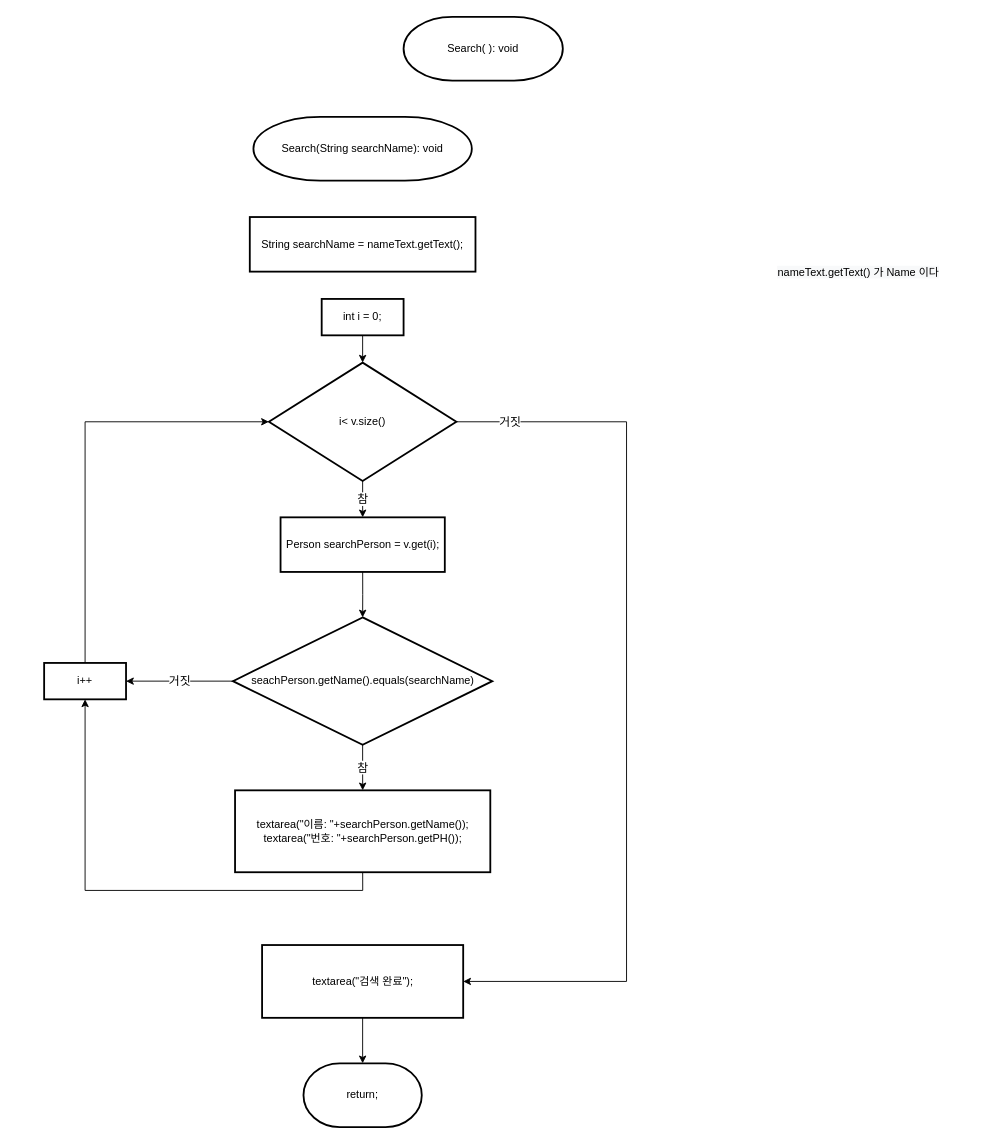
skatld123/PH_list_java keeps this draw.io diagram as 순서도/Search 기능.drawio. Above is the earlier version. Source tidied: cells renumbered, new cells numbered last; positions are measured from the earlier drawing's top-left corner, leaving out a move shared by most shapes. Both pictures are drawn from the tidied source at 91%, with x=0, y=0 at pixel (44, 16).
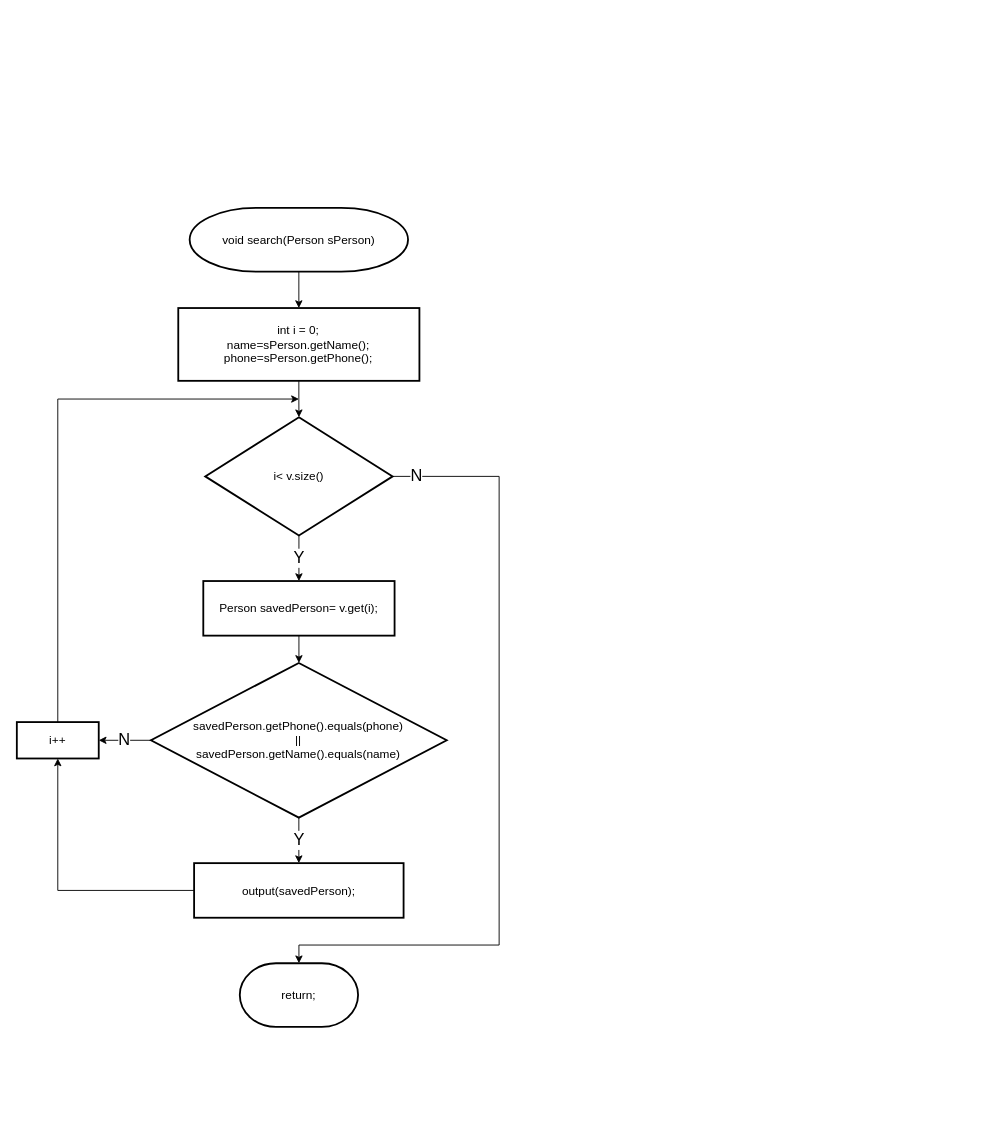
After the change.

Commit message:
Search 기능.drawio 업데이트

Change to the diagram source:
```diff
@@
-    <mxCell id="2" style="edgeStyle=orthogonalEdgeStyle;rounded=0;jettySize=auto;html=1;exitX=0.5;exitY=1;exitDx=0;exitDy=0;entryX=0.5;entryY=1;entryDx=0;entryDy=0;fontSize=13;" parent="1" edge="1" source="3" target="17">
+    <mxCell id="2" style="edgeStyle=orthogonalEdgeStyle;rounded=0;jettySize=auto;html=1;entryX=0.5;entryY=1;entryDx=0;entryDy=0;fontSize=18;" parent="1" edge="1" source="3" target="17">
       <mxGeometry relative="1" as="geometry" />
     </mxCell>
-    <mxCell id="3" value="textarea(&quot;이름: &quot;+searchPerson.getName());&lt;br&gt;textarea(&quot;번호: &quot;+searchPerson.getPH());" style="rounded=1;whiteSpace=wrap;html=1;absoluteArcSize=1;arcSize=0;strokeWidth=2;" parent="1" vertex="1">
-      <mxGeometry x="209.8" y="850" width="280.5" height="90" as="geometry" />
+    <mxCell id="3" value="output(savedPerson);" style="rounded=1;whiteSpace=wrap;html=1;absoluteArcSize=1;arcSize=0;strokeWidth=2;fontSize=13;" parent="1" vertex="1">
+      <mxGeometry x="164.8" y="930" width="230.2" height="60" as="geometry" />
     </mxCell>
-    <mxCell id="4" value="참" style="edgeStyle=orthogonalEdgeStyle;rounded=0;jettySize=auto;html=1;exitX=0.5;exitY=1;exitDx=0;exitDy=0;exitPerimeter=0;entryX=0.5;entryY=0;entryDx=0;entryDy=0;fontSize=13;" parent="1" edge="1" source="6" target="3">
-      <mxGeometry relative="1" as="geometry" />
-    </mxCell>
-    <mxCell id="5" value="거짓" style="edgeStyle=orthogonalEdgeStyle;rounded=0;jettySize=auto;html=1;entryX=1;entryY=0.5;entryDx=0;entryDy=0;fontSize=13;" parent="1" edge="1" source="6" target="17">
-      <mxGeometry relative="1" as="geometry" />
-    </mxCell>
-    <mxCell id="6" value="seachPerson.getName().equals(searchName)" style="strokeWidth=2;html=1;shape=mxgraph.flowchart.decision;whiteSpace=wrap;" parent="1" vertex="1">
-      <mxGeometry x="207.5" y="660" width="285" height="140" as="geometry" />
-    </mxCell>
-    <mxCell id="7" value="&lt;span style=&quot;text-align: left&quot;&gt;Search( ): void&lt;/span&gt;" style="strokeWidth=2;html=1;shape=mxgraph.flowchart.terminator;whiteSpace=wrap;" parent="1" vertex="1">
-      <mxGeometry x="395" width="175" height="70" as="geometry" />
-    </mxCell>
-    <mxCell id="8" value="return;" style="strokeWidth=2;html=1;shape=mxgraph.flowchart.terminator;whiteSpace=wrap;" parent="1" vertex="1">
-      <mxGeometry x="285" y="1150" width="130" height="70" as="geometry" />
+    <mxCell id="8" value="return;" style="strokeWidth=2;html=1;shape=mxgraph.flowchart.terminator;whiteSpace=wrap;fontSize=13;" parent="1" vertex="1">
+      <mxGeometry x="215" y="1040" width="130" height="70" as="geometry" />
     </mxCell>
-    <mxCell id="9" style="edgeStyle=orthogonalEdgeStyle;rounded=0;jettySize=auto;html=1;exitX=0.5;exitY=1;exitDx=0;exitDy=0;entryX=0.5;entryY=0;entryDx=0;entryDy=0;entryPerimeter=0;fontSize=13;" parent="1" edge="1" source="10" target="8">
-      <mxGeometry relative="1" as="geometry" />
-    </mxCell>
-    <mxCell id="10" value="&lt;span&gt;textarea(&quot;검색 완료&quot;);&lt;/span&gt;" style="rounded=1;whiteSpace=wrap;html=1;absoluteArcSize=1;arcSize=0;strokeWidth=2;" parent="1" vertex="1">
-      <mxGeometry x="239.5" y="1020" width="221" height="80" as="geometry" />
-    </mxCell>
-    <mxCell id="11" value="거짓" style="edgeStyle=orthogonalEdgeStyle;rounded=0;jettySize=auto;html=1;exitX=1;exitY=0.5;exitDx=0;exitDy=0;exitPerimeter=0;entryX=1;entryY=0.5;entryDx=0;entryDy=0;fontSize=13;" parent="1" edge="1" source="13" target="10">
-      <mxGeometry x="-0.88" relative="1" as="geometry">
-        <Array as="points">
-          <mxPoint x="640" y="445" />
-          <mxPoint x="640" y="1060" />
-        </Array>
-      </mxGeometry>
-    </mxCell>
-    <mxCell id="12" value="참" style="edgeStyle=orthogonalEdgeStyle;rounded=0;jettySize=auto;html=1;exitX=0.5;exitY=1;exitDx=0;exitDy=0;exitPerimeter=0;entryX=0.5;entryY=0;entryDx=0;entryDy=0;fontSize=13;" parent="1" edge="1" source="13" target="21">
+    <mxCell id="12" value="Y" style="edgeStyle=orthogonalEdgeStyle;rounded=0;jettySize=auto;html=1;exitX=0.5;exitY=1;exitDx=0;exitDy=0;exitPerimeter=0;entryX=0.5;entryY=0;entryDx=0;entryDy=0;fontSize=18;" parent="1" edge="1" source="13" target="21">
       <mxGeometry relative="1" as="geometry" />
     </mxCell>
+    <mxCell id="23" value="N" style="edgeStyle=orthogonalEdgeStyle;rounded=0;jettySize=auto;html=1;entryX=0.5;entryY=0;entryDx=0;entryDy=0;entryPerimeter=0;fontSize=18;" parent="1" edge="1" source="13" target="8">
+      <mxGeometry x="-0.94" relative="1" as="geometry">
+        <Array as="points">
+          <mxPoint x="500" y="505" />
+          <mxPoint x="500" y="1020" />
+          <mxPoint x="280" y="1020" />
+        </Array>
+      </mxGeometry>
+    </mxCell>
-    <mxCell id="13" value="i&amp;lt; v.size()" style="strokeWidth=2;html=1;shape=mxgraph.flowchart.decision;whiteSpace=wrap;" parent="1" vertex="1">
-      <mxGeometry x="247" y="380" width="206" height="130" as="geometry" />
+    <mxCell id="13" value="i&amp;lt; v.size()" style="strokeWidth=2;html=1;shape=mxgraph.flowchart.decision;whiteSpace=wrap;fontSize=13;" parent="1" vertex="1">
+      <mxGeometry x="177" y="440" width="206" height="130" as="geometry" />
     </mxCell>
@@
-    <mxCell id="15" value="int i = 0;" style="rounded=1;whiteSpace=wrap;html=1;absoluteArcSize=1;arcSize=0;strokeWidth=2;" parent="1" vertex="1">
-      <mxGeometry x="305" y="310" width="90" height="40" as="geometry" />
+    <mxCell id="15" value="int i = 0;&lt;br&gt;name=&lt;span style=&quot;text-align: left&quot;&gt;sPerson&lt;/span&gt;.getName();&lt;br&gt;phone=&lt;span style=&quot;text-align: left&quot;&gt;sPerson&lt;/span&gt;.getPhone();" style="rounded=1;whiteSpace=wrap;html=1;absoluteArcSize=1;arcSize=0;strokeWidth=2;fontSize=13;" parent="1" vertex="1">
+      <mxGeometry x="147.4" y="320" width="265" height="80" as="geometry" />
     </mxCell>
-    <mxCell id="16" style="edgeStyle=orthogonalEdgeStyle;rounded=0;jettySize=auto;html=1;entryX=0;entryY=0.5;entryDx=0;entryDy=0;entryPerimeter=0;fontSize=13;" parent="1" edge="1" source="17" target="13">
+    <mxCell id="16" style="edgeStyle=orthogonalEdgeStyle;rounded=0;jettySize=auto;html=1;fontSize=13;" parent="1" edge="1" source="17">
       <mxGeometry relative="1" as="geometry">
+        <mxPoint x="280" y="420" as="targetPoint" />
         <Array as="points">
-          <mxPoint x="45" y="445" />
+          <mxPoint x="15" y="420" />
         </Array>
       </mxGeometry>
     </mxCell>
-    <mxCell id="17" value="i++" style="rounded=1;whiteSpace=wrap;html=1;absoluteArcSize=1;arcSize=0;strokeWidth=2;" parent="1" vertex="1">
-      <mxGeometry y="710" width="90" height="40" as="geometry" />
+    <mxCell id="17" value="i++" style="rounded=1;whiteSpace=wrap;html=1;absoluteArcSize=1;arcSize=0;strokeWidth=2;fontSize=13;" parent="1" vertex="1">
+      <mxGeometry x="-30" y="775" width="90" height="40" as="geometry" />
     </mxCell>
-    <mxCell id="18" value="String searchName = nameText.getText();" style="rounded=1;whiteSpace=wrap;html=1;absoluteArcSize=1;arcSize=0;strokeWidth=2;" parent="1" vertex="1">
-      <mxGeometry x="226" y="220" width="248" height="60" as="geometry" />
-    </mxCell>
-    <mxCell id="19" value="&lt;br&gt;&lt;br&gt;&lt;span style=&quot;color: rgb(0 , 0 , 0) ; font-family: &amp;#34;helvetica&amp;#34; ; font-size: 12px ; font-style: normal ; font-weight: 400 ; letter-spacing: normal ; text-align: center ; text-indent: 0px ; text-transform: none ; word-spacing: 0px ; background-color: rgb(248 , 249 , 250) ; display: inline ; float: none&quot;&gt;nameText.getText() 가 Name 이다&lt;/span&gt;" style="text;html=1;strokeColor=none;fillColor=none;align=center;verticalAlign=middle;whiteSpace=wrap;rounded=0;fontSize=13;" parent="1" vertex="1">
-      <mxGeometry x="770" y="180" width="250" height="170" as="geometry" />
-    </mxCell>
-    <mxCell id="20" style="edgeStyle=orthogonalEdgeStyle;rounded=0;jettySize=auto;html=1;exitX=0.5;exitY=1;exitDx=0;exitDy=0;entryX=0.5;entryY=0;entryDx=0;entryDy=0;entryPerimeter=0;fontSize=13;" parent="1" edge="1" source="21" target="6">
-      <mxGeometry relative="1" as="geometry" />
+    <mxCell id="20" style="edgeStyle=orthogonalEdgeStyle;rounded=0;jettySize=auto;html=1;exitX=0.5;exitY=1;exitDx=0;exitDy=0;entryX=0.5;entryY=0;entryDx=0;entryDy=0;entryPerimeter=0;fontSize=13;" parent="1" edge="1" source="21">
+      <mxGeometry relative="1" as="geometry">
+        <mxPoint x="280" y="710" as="targetPoint" />
+      </mxGeometry>
     </mxCell>
-    <mxCell id="21" value="Person searchPerson = v.get(i);" style="rounded=1;whiteSpace=wrap;html=1;absoluteArcSize=1;arcSize=0;strokeWidth=2;" parent="1" vertex="1">
-      <mxGeometry x="259.8" y="550" width="180.5" height="60" as="geometry" />
+    <mxCell id="21" value="Person savedPerson= v.get(i);" style="rounded=1;whiteSpace=wrap;html=1;absoluteArcSize=1;arcSize=0;strokeWidth=2;fontSize=13;" parent="1" vertex="1">
+      <mxGeometry x="174.9" y="620" width="210.2" height="60" as="geometry" />
     </mxCell>
+    <mxCell id="24" style="edgeStyle=orthogonalEdgeStyle;rounded=0;jettySize=auto;html=1;fontSize=18;" parent="1" edge="1" source="22" target="15">
+      <mxGeometry relative="1" as="geometry" />
+    </mxCell>
-    <mxCell id="22" value="&lt;span style=&quot;text-align: left&quot;&gt;Search(String searchName&lt;/span&gt;&lt;span style=&quot;text-align: left&quot;&gt;): void&lt;/span&gt;" style="strokeWidth=2;html=1;shape=mxgraph.flowchart.terminator;whiteSpace=wrap;" parent="1" vertex="1">
-      <mxGeometry x="230" y="110" width="240" height="70" as="geometry" />
+    <mxCell id="22" value="&lt;span style=&quot;text-align: left ; font-size: 13px&quot;&gt;void search(Person sPerson)&lt;/span&gt;" style="strokeWidth=2;html=1;shape=mxgraph.flowchart.terminator;whiteSpace=wrap;fontSize=13;" parent="1" vertex="1">
+      <mxGeometry x="159.9" y="210" width="240" height="70" as="geometry" />
     </mxCell>
+    <mxCell id="25" value="Y" style="edgeStyle=orthogonalEdgeStyle;rounded=0;jettySize=auto;html=1;fontSize=18;" parent="1" edge="1" source="27" target="3">
+      <mxGeometry relative="1" as="geometry" />
+    </mxCell>
+    <mxCell id="26" value="N" style="edgeStyle=orthogonalEdgeStyle;rounded=0;jettySize=auto;html=1;fontSize=18;" parent="1" edge="1" source="27" target="17">
+      <mxGeometry relative="1" as="geometry" />
+    </mxCell>
+    <mxCell id="27" value="savedPerson.getPhone().equals(&lt;span style=&quot;text-align: left&quot;&gt;phone&lt;/span&gt;)&lt;br&gt;||&lt;br&gt;savedPerson.getName().equals(name)" style="strokeWidth=2;html=1;shape=mxgraph.flowchart.decision;whiteSpace=wrap;fontSize=13;" parent="1" vertex="1">
+      <mxGeometry x="117.4" y="710" width="325" height="170" as="geometry" />
+    </mxCell>
```
